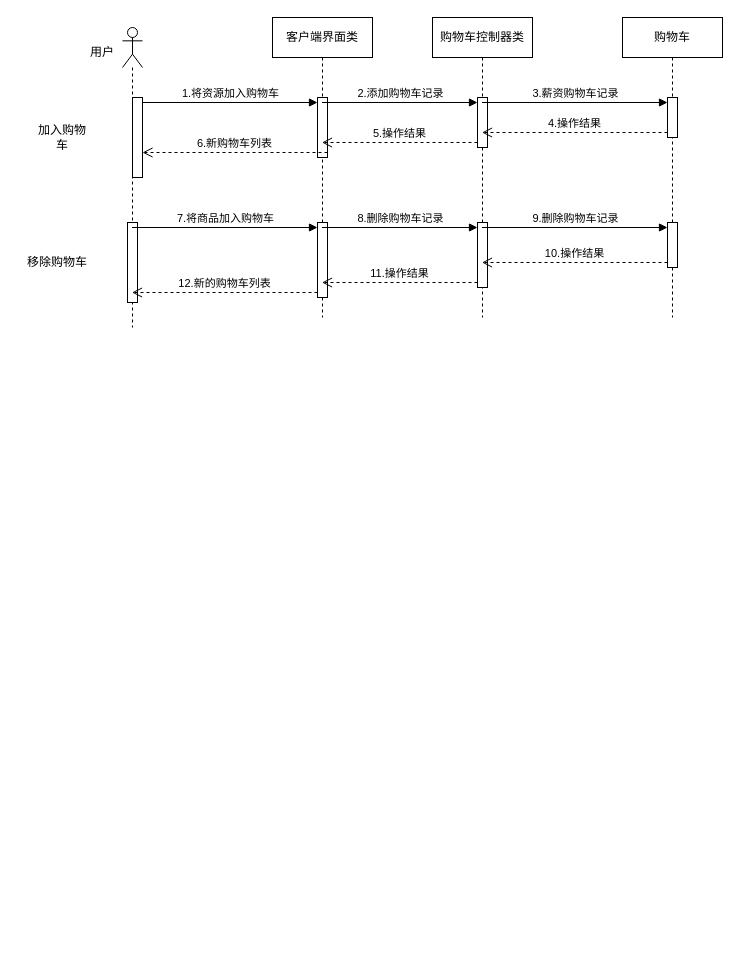
Earlier version of the draw.io diagram 毕设/顺序图.drawio (xiaoguokf/draw.io). Source tidied: cells renumbered, new cells numbered last; positions are measured from the earlier drawing's top-left corner, leaving out a move shared by most shapes. Both pictures are drawn from the tidied source at 100%, with x=0, y=0 at pixel (22, 17).
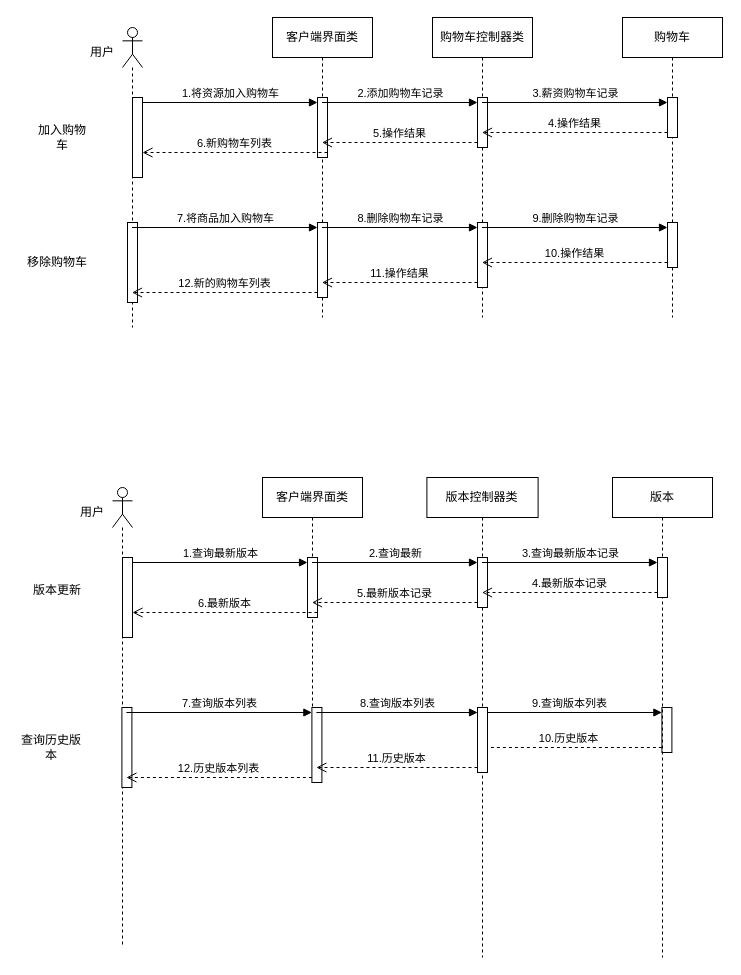
The same diagram, later.

Commit message (it also covers changes not shown here):
更新顺序图.drawio

What changed in the source:
```diff
@@
+    <mxCell id="29" style="shape=umlLifeline;perimeter=lifelinePerimeter;whiteSpace=wrap;html=1;newEdgeStyle={&quot;curved&quot;:0,&quot;rounded&quot;:0};participant=umlActor;" parent="1" vertex="1">
+      <mxGeometry x="90" y="470" width="20" height="460" as="geometry" />
+    </mxCell>
+    <mxCell id="30" style="html=1;points=[[0,0,0,0,5],[0,1,0,0,-5],[1,0,0,0,5],[1,1,0,0,-5]];perimeter=orthogonalPerimeter;outlineConnect=0;targetShapes=umlLifeline;portConstraint=eastwest;newEdgeStyle={&quot;curved&quot;:0,&quot;rounded&quot;:0};" parent="29" vertex="1">
+      <mxGeometry x="10" y="70" width="10" height="80" as="geometry" />
+    </mxCell>
+    <mxCell id="31" value="客户端界面类" style="shape=umlLifeline;perimeter=lifelinePerimeter;whiteSpace=wrap;html=1;outlineConnect=0;portConstraint=eastwest;newEdgeStyle={&quot;curved&quot;:0,&quot;rounded&quot;:0};" parent="1" vertex="1">
+      <mxGeometry x="240" y="460" width="100" height="300" as="geometry" />
+    </mxCell>
+    <mxCell id="32" style="html=1;points=[[0,0,0,0,5],[0,1,0,0,-5],[1,0,0,0,5],[1,1,0,0,-5]];perimeter=orthogonalPerimeter;outlineConnect=0;targetShapes=umlLifeline;portConstraint=eastwest;newEdgeStyle={&quot;curved&quot;:0,&quot;rounded&quot;:0};" parent="31" vertex="1">
+      <mxGeometry x="45" y="80" width="10" height="60" as="geometry" />
+    </mxCell>
+    <mxCell id="33" value="版本控制器类" style="shape=umlLifeline;perimeter=lifelinePerimeter;whiteSpace=wrap;html=1;outlineConnect=0;portConstraint=eastwest;newEdgeStyle={&quot;curved&quot;:0,&quot;rounded&quot;:0};" parent="1" vertex="1">
+      <mxGeometry x="404.4" y="460" width="111.2" height="480" as="geometry" />
+    </mxCell>
+    <mxCell id="34" style="html=1;points=[[0,0,0,0,5],[0,1,0,0,-5],[1,0,0,0,5],[1,1,0,0,-5]];perimeter=orthogonalPerimeter;outlineConnect=0;targetShapes=umlLifeline;portConstraint=eastwest;newEdgeStyle={&quot;curved&quot;:0,&quot;rounded&quot;:0};" parent="33" vertex="1">
+      <mxGeometry x="50.6" y="80" width="10" height="50" as="geometry" />
+    </mxCell>
+    <mxCell id="35" style="html=1;perimeter=orthogonalPerimeter;targetShapes=umlLifeline;newEdgeStyle={&quot;curved&quot;:0,&quot;rounded&quot;:0};" parent="33" vertex="1">
+      <mxGeometry x="-305" y="230" width="10" height="80" as="geometry" />
+    </mxCell>
+    <mxCell id="36" style="html=1;points=[[0,0,0,0,5],[0,1,0,0,-5],[1,0,0,0,5],[1,1,0,0,-5]];perimeter=orthogonalPerimeter;outlineConnect=0;targetShapes=umlLifeline;portConstraint=eastwest;newEdgeStyle={&quot;curved&quot;:0,&quot;rounded&quot;:0};" parent="33" vertex="1">
+      <mxGeometry x="-115" y="230" width="10" height="75" as="geometry" />
+    </mxCell>
+    <mxCell id="37" style="html=1;points=[[0,0,0,0,5],[0,1,0,0,-5],[1,0,0,0,5],[1,1,0,0,-5]];perimeter=orthogonalPerimeter;outlineConnect=0;targetShapes=umlLifeline;portConstraint=eastwest;newEdgeStyle={&quot;curved&quot;:0,&quot;rounded&quot;:0};" parent="33" vertex="1">
+      <mxGeometry x="235" y="230" width="10" height="45" as="geometry" />
+    </mxCell>
+    <mxCell id="38" value="查询历史版本" style="text;html=1;align=center;verticalAlign=middle;whiteSpace=wrap;rounded=0;" parent="33" vertex="1">
+      <mxGeometry x="-410" y="255" width="70" height="30" as="geometry" />
+    </mxCell>
+    <mxCell id="39" value="7.查询版本列表" style="html=1;verticalAlign=bottom;endArrow=block;curved=0;rounded=0;entryX=0;entryY=0;entryDx=0;entryDy=5;" parent="33" edge="1" target="36">
+      <mxGeometry relative="1" as="geometry">
+        <mxPoint x="-300.5" y="235" as="sourcePoint" />
+      </mxGeometry>
+    </mxCell>
+    <mxCell id="40" value="12.历史版本列表" style="html=1;verticalAlign=bottom;endArrow=open;dashed=1;endSize=8;curved=0;rounded=0;exitX=0;exitY=1;exitDx=0;exitDy=-5;" parent="33" edge="1" source="36">
+      <mxGeometry relative="1" as="geometry">
+        <mxPoint x="-300.5" y="300" as="targetPoint" />
+      </mxGeometry>
+    </mxCell>
+    <mxCell id="41" value="8.查询版本列表" style="html=1;verticalAlign=bottom;endArrow=block;curved=0;rounded=0;entryX=0;entryY=0;entryDx=0;entryDy=5;" parent="33" edge="1" target="55">
+      <mxGeometry relative="1" as="geometry">
+        <mxPoint x="-110.5" y="235" as="sourcePoint" />
+      </mxGeometry>
+    </mxCell>
+    <mxCell id="42" value="11.历史版本" style="html=1;verticalAlign=bottom;endArrow=open;dashed=1;endSize=8;curved=0;rounded=0;exitX=0;exitY=1;exitDx=0;exitDy=-5;" parent="33" edge="1" source="55">
+      <mxGeometry relative="1" as="geometry">
+        <mxPoint x="-110.5" y="290" as="targetPoint" />
+      </mxGeometry>
+    </mxCell>
+    <mxCell id="43" value="9.查询版本列表" style="html=1;verticalAlign=bottom;endArrow=block;curved=0;rounded=0;entryX=0;entryY=0;entryDx=0;entryDy=5;" parent="33" edge="1" target="37">
+      <mxGeometry relative="1" as="geometry">
+        <mxPoint x="49.5" y="235" as="sourcePoint" />
+      </mxGeometry>
+    </mxCell>
+    <mxCell id="44" value="10.历史版本" style="html=1;verticalAlign=bottom;endArrow=open;dashed=1;endSize=8;curved=0;rounded=0;exitX=0;exitY=1;exitDx=0;exitDy=-5;" parent="33" edge="1" source="37">
+      <mxGeometry relative="1" as="geometry">
+        <mxPoint x="49.5" y="270" as="targetPoint" />
+      </mxGeometry>
+    </mxCell>
+    <mxCell id="45" value="版本" style="shape=umlLifeline;perimeter=lifelinePerimeter;whiteSpace=wrap;html=1;newEdgeStyle={&quot;curved&quot;:0,&quot;rounded&quot;:0};" parent="1" vertex="1">
+      <mxGeometry x="590" y="460" width="100" height="480" as="geometry" />
+    </mxCell>
+    <mxCell id="46" style="html=1;points=[[0,0,0,0,5],[0,1,0,0,-5],[1,0,0,0,5],[1,1,0,0,-5]];perimeter=orthogonalPerimeter;outlineConnect=0;targetShapes=umlLifeline;portConstraint=eastwest;newEdgeStyle={&quot;curved&quot;:0,&quot;rounded&quot;:0};" parent="45" vertex="1">
+      <mxGeometry x="45" y="80" width="10" height="40" as="geometry" />
+    </mxCell>
+    <mxCell id="47" value="1.查询最新版本" style="html=1;verticalAlign=bottom;endArrow=block;curved=0;rounded=0;entryX=0;entryY=0;entryDx=0;entryDy=5;entryPerimeter=0;" parent="1" edge="1" source="30" target="32">
+      <mxGeometry relative="1" as="geometry" />
+    </mxCell>
+    <mxCell id="48" value="用户" style="text;html=1;align=center;verticalAlign=middle;whiteSpace=wrap;rounded=0;" parent="1" vertex="1">
+      <mxGeometry x="40" y="480" width="60" height="30" as="geometry" />
+    </mxCell>
+    <mxCell id="49" value="6.最新版本" style="html=1;verticalAlign=bottom;endArrow=open;dashed=1;endSize=8;curved=0;rounded=0;exitX=1;exitY=1;exitDx=0;exitDy=-5;" parent="1" edge="1" source="32" target="30">
+      <mxGeometry x="0.01" relative="1" as="geometry" />
+    </mxCell>
+    <mxCell id="50" value="2.查询最新" style="html=1;verticalAlign=bottom;endArrow=block;curved=0;rounded=0;entryX=0;entryY=0;entryDx=0;entryDy=5;" parent="1" edge="1" source="31" target="34">
+      <mxGeometry relative="1" as="geometry" />
+    </mxCell>
+    <mxCell id="51" value="5.最新版本记录" style="html=1;verticalAlign=bottom;endArrow=open;dashed=1;endSize=8;curved=0;rounded=0;exitX=0;exitY=1;exitDx=0;exitDy=-5;" parent="1" edge="1" source="34" target="31">
+      <mxGeometry relative="1" as="geometry" />
+    </mxCell>
+    <mxCell id="52" value="3.查询最新版本记录" style="html=1;verticalAlign=bottom;endArrow=block;curved=0;rounded=0;entryX=0;entryY=0;entryDx=0;entryDy=5;" parent="1" edge="1" source="33" target="46">
+      <mxGeometry relative="1" as="geometry" />
+    </mxCell>
+    <mxCell id="53" value="4.最新版本记录" style="html=1;verticalAlign=bottom;endArrow=open;dashed=1;endSize=8;curved=0;rounded=0;exitX=0;exitY=1;exitDx=0;exitDy=-5;" parent="1" edge="1" source="46" target="33">
+      <mxGeometry relative="1" as="geometry" />
+    </mxCell>
+    <mxCell id="54" value="版本更新" style="text;html=1;align=center;verticalAlign=middle;whiteSpace=wrap;rounded=0;" parent="1" vertex="1">
+      <mxGeometry x="-5" y="560" width="80" height="25" as="geometry" />
+    </mxCell>
+    <mxCell id="55" style="html=1;points=[[0,0,0,0,5],[0,1,0,0,-5],[1,0,0,0,5],[1,1,0,0,-5]];perimeter=orthogonalPerimeter;outlineConnect=0;targetShapes=umlLifeline;portConstraint=eastwest;newEdgeStyle={&quot;curved&quot;:0,&quot;rounded&quot;:0};" parent="1" vertex="1">
+      <mxGeometry x="455" y="690" width="10" height="65" as="geometry" />
+    </mxCell>
```
